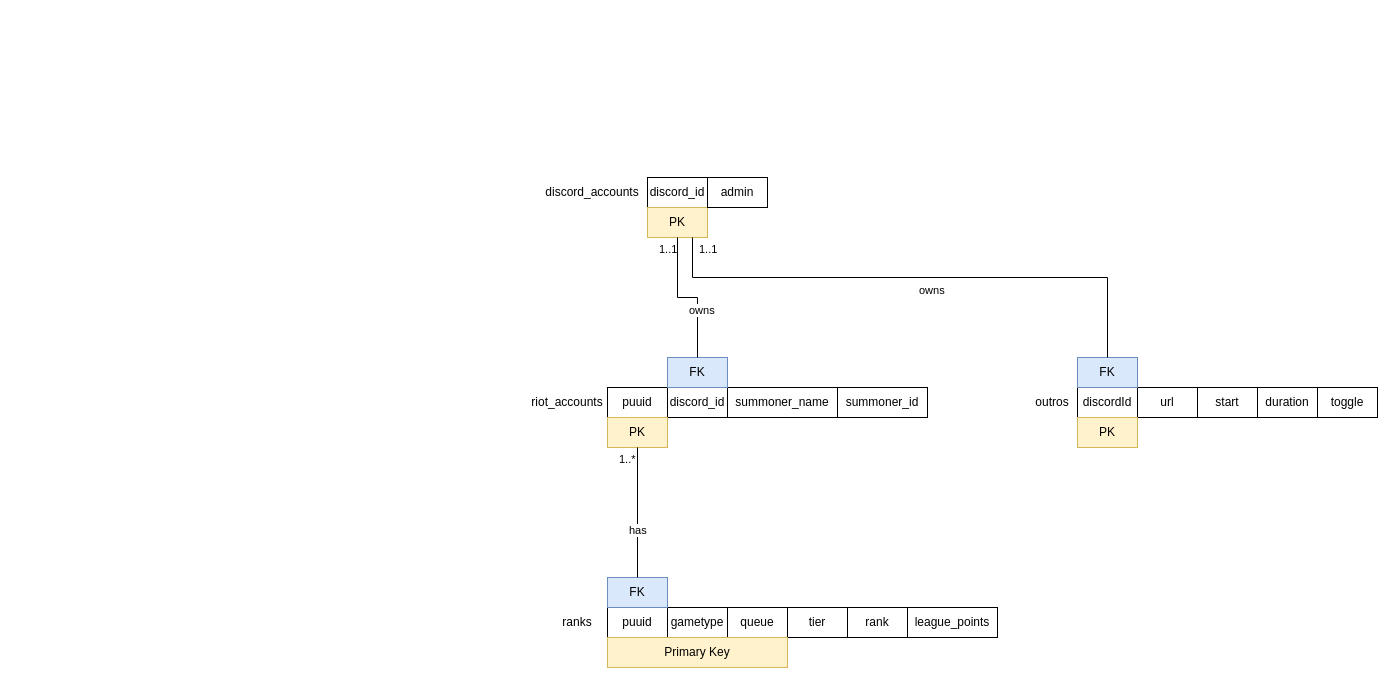
Earlier version of the draw.io diagram documentation/Relational Database Structure.drawio (nathan-lai-engineering/discord-bot). Source tidied: cells renumbered, new cells numbered last; positions are measured from the earlier drawing's top-left corner, leaving out a move shared by most shapes. Both pictures are drawn from the tidied source at 100%, with x=0, y=0 at pixel (527, 177).
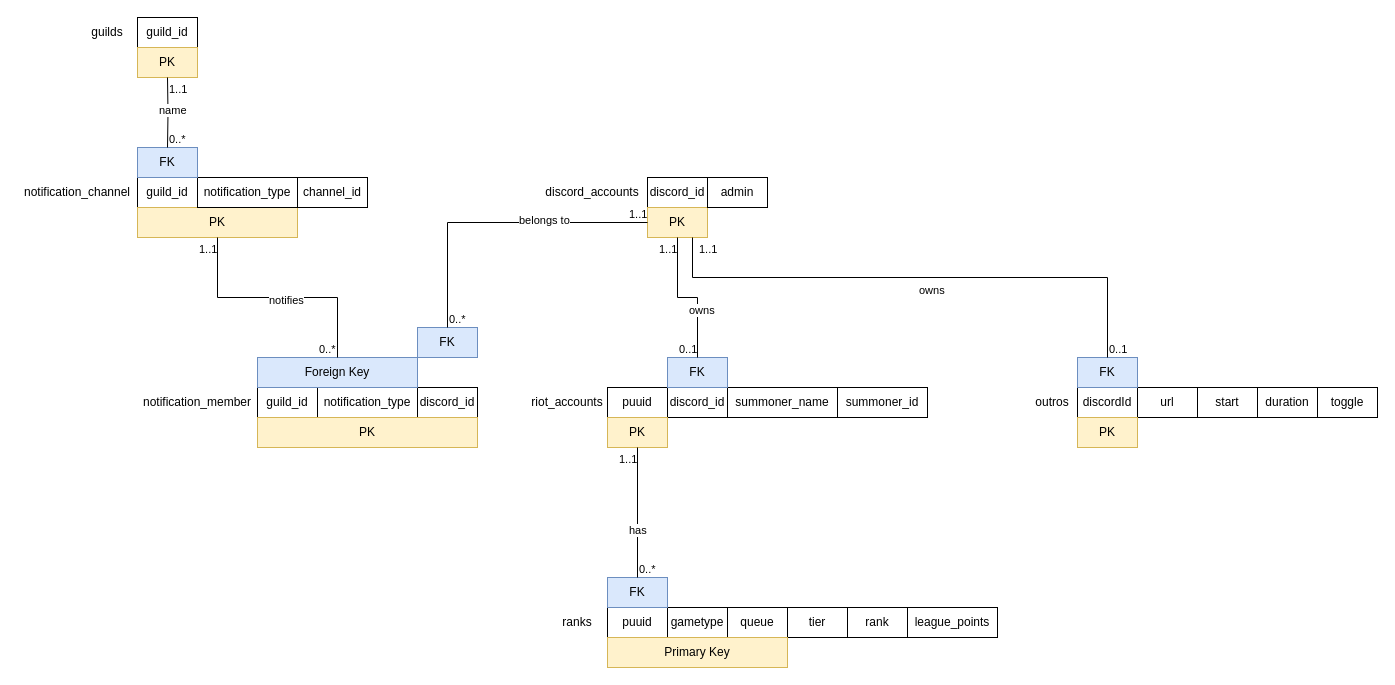
After the change.

Commit message (it also covers changes not shown here):
database diagram update

The change refers to these unchanged cells:
```xml
<mxCell id="27" value="PK" style="text;html=1;strokeColor=#d6b656;fillColor=#fff2cc;align=center;verticalAlign=middle;whiteSpace=wrap;rounded=0;" parent="1" vertex="1">
  <mxGeometry x="120" y="30" width="60" height="30" as="geometry" />
</mxCell>
<mxCell id="31" value="has" style="endArrow=none;endFill=0;html=1;edgeStyle=orthogonalEdgeStyle;align=left;verticalAlign=top;rounded=0;exitX=0.5;exitY=1;exitDx=0;exitDy=0;entryX=0.5;entryY=0;entryDx=0;entryDy=0;" parent="1" edge="1" source="12" target="21">
  <mxGeometry x="0.08" y="-10" relative="1" as="geometry" />
</mxCell>
```

What changed in the source:
```diff
@@
-    <mxCell id="32" value="1..*" style="edgeLabel;html=1;align=left;verticalAlign=bottom;" parent="31" vertex="1">
+    <mxCell id="32" value="1..1" style="edgeLabel;html=1;align=left;verticalAlign=bottom;" parent="31" vertex="1">
       <mxGeometry x="-1" relative="1" as="geometry">
         <mxPoint x="-20" y="20" as="offset" />
       </mxGeometry>
     </mxCell>
@@
+    <mxCell id="36" value="guilds" style="text;html=1;strokeColor=none;fillColor=none;align=center;verticalAlign=middle;whiteSpace=wrap;rounded=0;" parent="1" vertex="1">
+      <mxGeometry x="-450" y="-160" width="60" height="30" as="geometry" />
+    </mxCell>
+    <mxCell id="37" value="guild_id" style="text;html=1;strokeColor=default;fillColor=none;align=center;verticalAlign=middle;whiteSpace=wrap;rounded=0;" parent="1" vertex="1">
+      <mxGeometry x="-390" y="-160" width="60" height="30" as="geometry" />
+    </mxCell>
+    <mxCell id="38" value="PK" style="text;html=1;strokeColor=#d6b656;fillColor=#fff2cc;align=center;verticalAlign=middle;whiteSpace=wrap;rounded=0;" parent="1" vertex="1">
+      <mxGeometry x="-390" y="-130" width="60" height="30" as="geometry" />
+    </mxCell>
+    <mxCell id="39" value="notification_channel" style="text;html=1;strokeColor=none;fillColor=none;align=center;verticalAlign=middle;whiteSpace=wrap;rounded=0;" parent="1" vertex="1">
+      <mxGeometry x="-510" width="120" height="30" as="geometry" />
+    </mxCell>
+    <mxCell id="40" value="guild_id" style="text;html=1;strokeColor=default;fillColor=none;align=center;verticalAlign=middle;whiteSpace=wrap;rounded=0;" parent="1" vertex="1">
+      <mxGeometry x="-390" width="60" height="30" as="geometry" />
+    </mxCell>
+    <mxCell id="41" value="PK" style="text;html=1;strokeColor=#d6b656;fillColor=#fff2cc;align=center;verticalAlign=middle;whiteSpace=wrap;rounded=0;" parent="1" vertex="1">
+      <mxGeometry x="-390" y="30" width="160" height="30" as="geometry" />
+    </mxCell>
+    <mxCell id="42" value="notification_type" style="text;html=1;strokeColor=default;fillColor=none;align=center;verticalAlign=middle;whiteSpace=wrap;rounded=0;" parent="1" vertex="1">
+      <mxGeometry x="-330" width="100" height="30" as="geometry" />
+    </mxCell>
+    <mxCell id="43" value="FK" style="text;html=1;strokeColor=#6c8ebf;fillColor=#dae8fc;align=center;verticalAlign=middle;whiteSpace=wrap;rounded=0;" parent="1" vertex="1">
+      <mxGeometry x="-390" y="-30" width="60" height="30" as="geometry" />
+    </mxCell>
+    <mxCell id="44" value="name" style="endArrow=none;endFill=0;html=1;edgeStyle=orthogonalEdgeStyle;align=left;verticalAlign=top;rounded=0;entryX=0.5;entryY=0;entryDx=0;entryDy=0;" parent="1" edge="1" target="43">
+      <mxGeometry x="-0.44" y="-10" relative="1" as="geometry">
+        <mxPoint x="-360" y="-100" as="sourcePoint" />
+      </mxGeometry>
+    </mxCell>
+    <mxCell id="45" value="1..1" style="edgeLabel;html=1;align=left;verticalAlign=bottom;" parent="44" vertex="1">
+      <mxGeometry x="-1" relative="1" as="geometry">
+        <mxPoint y="20" as="offset" />
+      </mxGeometry>
+    </mxCell>
+    <mxCell id="46" value="notification_member" style="text;html=1;strokeColor=none;fillColor=none;align=center;verticalAlign=middle;whiteSpace=wrap;rounded=0;" parent="1" vertex="1">
+      <mxGeometry x="-390" y="210" width="120" height="30" as="geometry" />
+    </mxCell>
+    <mxCell id="47" value="channel_id" style="text;html=1;strokeColor=default;fillColor=none;align=center;verticalAlign=middle;whiteSpace=wrap;rounded=0;" parent="1" vertex="1">
+      <mxGeometry x="-230" width="70" height="30" as="geometry" />
+    </mxCell>
+    <mxCell id="48" value="discord_id" style="text;html=1;strokeColor=default;fillColor=none;align=center;verticalAlign=middle;whiteSpace=wrap;rounded=0;" parent="1" vertex="1">
+      <mxGeometry x="-110" y="210" width="60" height="30" as="geometry" />
+    </mxCell>
+    <mxCell id="49" value="guild_id" style="text;html=1;strokeColor=default;fillColor=none;align=center;verticalAlign=middle;whiteSpace=wrap;rounded=0;" parent="1" vertex="1">
+      <mxGeometry x="-270" y="210" width="60" height="30" as="geometry" />
+    </mxCell>
+    <mxCell id="50" value="notification_type" style="text;html=1;strokeColor=default;fillColor=none;align=center;verticalAlign=middle;whiteSpace=wrap;rounded=0;" parent="1" vertex="1">
+      <mxGeometry x="-210" y="210" width="100" height="30" as="geometry" />
+    </mxCell>
+    <mxCell id="51" value="FK" style="text;html=1;strokeColor=#6c8ebf;fillColor=#dae8fc;align=center;verticalAlign=middle;whiteSpace=wrap;rounded=0;" parent="1" vertex="1">
+      <mxGeometry x="-110" y="150" width="60" height="30" as="geometry" />
+    </mxCell>
+    <mxCell id="52" value="Foreign Key" style="text;html=1;strokeColor=#6c8ebf;fillColor=#dae8fc;align=center;verticalAlign=middle;whiteSpace=wrap;rounded=0;" parent="1" vertex="1">
+      <mxGeometry x="-270" y="180" width="160" height="30" as="geometry" />
+    </mxCell>
+    <mxCell id="53" value="PK" style="text;html=1;strokeColor=#d6b656;fillColor=#fff2cc;align=center;verticalAlign=middle;whiteSpace=wrap;rounded=0;" parent="1" vertex="1">
+      <mxGeometry x="-270" y="240" width="220" height="30" as="geometry" />
+    </mxCell>
+    <mxCell id="54" value="notifies" style="endArrow=none;endFill=0;html=1;edgeStyle=orthogonalEdgeStyle;align=left;verticalAlign=top;rounded=0;entryX=0.5;entryY=0;entryDx=0;entryDy=0;exitX=0.5;exitY=1;exitDx=0;exitDy=0;" parent="1" edge="1" source="41" target="52">
+      <mxGeometry x="-0.08" y="10" relative="1" as="geometry" />
+    </mxCell>
+    <mxCell id="55" value="1..1" style="edgeLabel;html=1;align=left;verticalAlign=bottom;" parent="54" vertex="1">
+      <mxGeometry x="-1" relative="1" as="geometry">
+        <mxPoint x="-20" y="20" as="offset" />
+      </mxGeometry>
+    </mxCell>
+    <mxCell id="56" value="belongs to" style="endArrow=none;endFill=0;html=1;edgeStyle=orthogonalEdgeStyle;align=left;verticalAlign=top;rounded=0;exitX=0;exitY=0.5;exitDx=0;exitDy=0;entryX=0.5;entryY=0;entryDx=0;entryDy=0;" parent="1" edge="1" source="27" target="51">
+      <mxGeometry x="-0.15" y="-15" relative="1" as="geometry" />
+    </mxCell>
+    <mxCell id="57" value="1..1" style="edgeLabel;html=1;align=left;verticalAlign=bottom;" parent="56" vertex="1">
+      <mxGeometry x="-1" relative="1" as="geometry">
+        <mxPoint x="-20" as="offset" />
+      </mxGeometry>
+    </mxCell>
+    <mxCell id="58" value="0..*" style="edgeLabel;html=1;align=left;verticalAlign=bottom;" parent="1" vertex="1">
+      <mxGeometry x="-80" y="150" as="geometry" />
+    </mxCell>
+    <mxCell id="59" value="0..*" style="edgeLabel;html=1;align=left;verticalAlign=bottom;" parent="1" vertex="1">
+      <mxGeometry x="-210" y="180" as="geometry" />
+    </mxCell>
+    <mxCell id="60" value="0..1" style="edgeLabel;html=1;align=left;verticalAlign=bottom;" parent="1" vertex="1">
+      <mxGeometry x="150" y="180" as="geometry" />
+    </mxCell>
+    <mxCell id="61" value="0..1" style="edgeLabel;html=1;align=left;verticalAlign=bottom;" parent="1" vertex="1">
+      <mxGeometry x="580" y="180" as="geometry" />
+    </mxCell>
+    <mxCell id="62" value="0..*" style="edgeLabel;html=1;align=left;verticalAlign=bottom;" parent="1" vertex="1">
+      <mxGeometry x="110" y="400" as="geometry" />
+    </mxCell>
+    <mxCell id="63" value="0..*" style="edgeLabel;html=1;align=left;verticalAlign=bottom;" parent="1" vertex="1">
+      <mxGeometry x="-360" y="-30" as="geometry" />
+    </mxCell>
```
